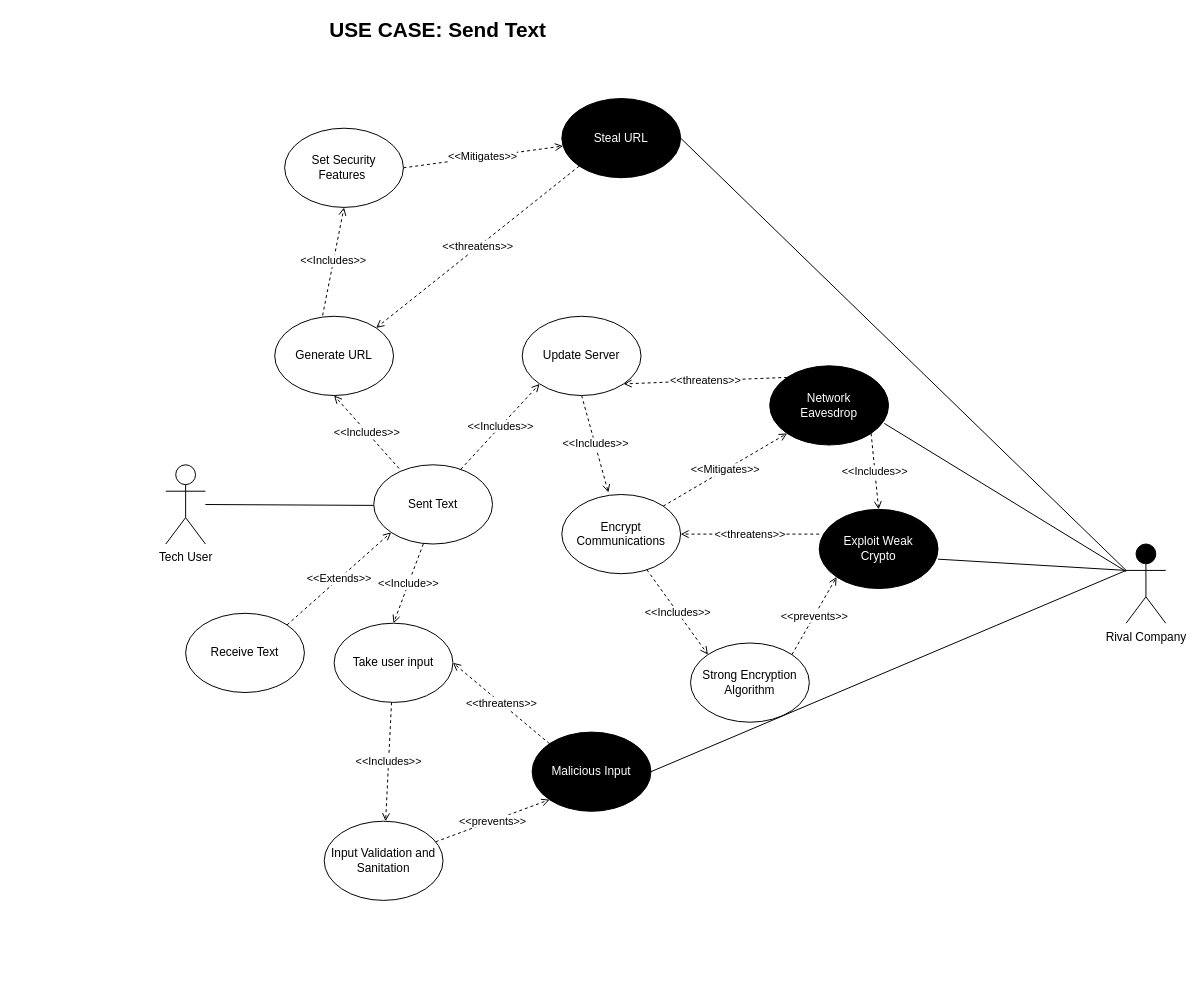
Earlier version of the draw.io diagram usecase/send_text/SendText_V2.drawio (DoctorEww/software-assurance). Source tidied: cells renumbered, new cells numbered last; positions are measured from the earlier drawing's top-left corner, leaving out a move shared by most shapes. Both pictures are drawn from the tidied source at 99%, with x=0, y=0 at pixel (17, 19).
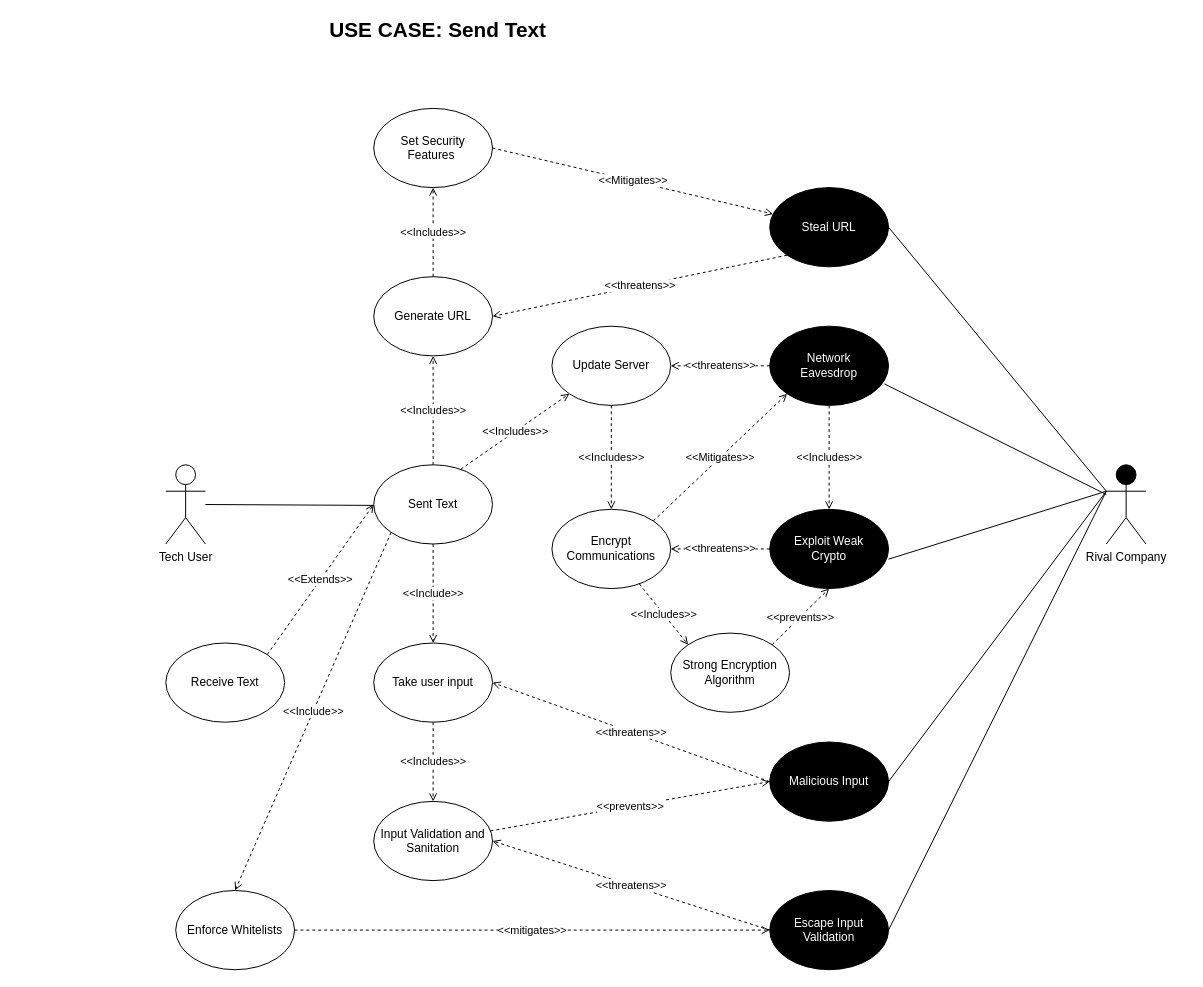
The same diagram, later.

Commit message (it also covers changes not shown here):
Cleanup and Adding Additional Misuse

Unchanged cells that the change refers to:
```xml
<mxCell id="3" value="Sent Text" style="ellipse;whiteSpace=wrap;html=1;" parent="1" vertex="1">
  <mxGeometry x="360" y="450" width="120" height="80" as="geometry" />
</mxCell>
```

Change to the diagram source:
```diff
@@
     <mxCell id="5" value="Generate URL" style="ellipse;whiteSpace=wrap;html=1;" parent="1" vertex="1">
-      <mxGeometry x="260" y="300" width="120" height="80" as="geometry" />
+      <mxGeometry x="360" y="260" width="120" height="80" as="geometry" />
     </mxCell>
     <mxCell id="6" value="Update Server" style="ellipse;whiteSpace=wrap;html=1;" parent="1" vertex="1">
-      <mxGeometry x="510" y="300" width="120" height="80" as="geometry" />
+      <mxGeometry x="540" y="310" width="120" height="80" as="geometry" />
     </mxCell>
@@
-    <mxCell id="9" value="&amp;lt;&amp;lt;Includes&amp;gt;&amp;gt;" style="rounded=1;jettySize=auto;html=1;dashed=1;strokeWidth=1;endFill=0;endArrow=open;entryX=0.5;entryY=1;entryDx=0;entryDy=0;exitX=0.213;exitY=0.046;exitDx=0;exitDy=0;exitPerimeter=0;" parent="1" edge="1" source="3" target="5">
+    <mxCell id="9" value="&amp;lt;&amp;lt;Includes&amp;gt;&amp;gt;" style="rounded=1;jettySize=auto;html=1;dashed=1;strokeWidth=1;endFill=0;endArrow=open;entryX=0.5;entryY=1;entryDx=0;entryDy=0;" parent="1" edge="1" source="3" target="5">
       <mxGeometry relative="1" as="geometry" />
     </mxCell>
     <mxCell id="10" value="Input Validation and Sanitation" style="ellipse;whiteSpace=wrap;html=1;" parent="1" vertex="1">
-      <mxGeometry x="310" y="810" width="120" height="80" as="geometry" />
+      <mxGeometry x="360" y="790" width="120" height="80" as="geometry" />
     </mxCell>
@@
     <mxCell id="12" value="Malicious Input" style="ellipse;whiteSpace=wrap;html=1;fillColor=#000000;fontColor=#FFFFFF;" parent="1" vertex="1">
-      <mxGeometry x="520" y="720" width="120" height="80" as="geometry" />
+      <mxGeometry x="760" y="730" width="120" height="80" as="geometry" />
     </mxCell>
-    <mxCell id="13" value="&amp;lt;&amp;lt;threatens&amp;gt;&amp;gt;" style="rounded=1;jettySize=auto;html=1;dashed=1;strokeWidth=1;endFill=0;endArrow=open;entryX=1;entryY=0.5;entryDx=0;entryDy=0;exitX=0;exitY=0;exitDx=0;exitDy=0;" parent="1" edge="1" source="12" target="15">
+    <mxCell id="13" value="&amp;lt;&amp;lt;threatens&amp;gt;&amp;gt;" style="rounded=1;jettySize=auto;html=1;dashed=1;strokeWidth=1;endFill=0;endArrow=open;entryX=1;entryY=0.5;entryDx=0;entryDy=0;exitX=0;exitY=0.5;exitDx=0;exitDy=0;" parent="1" edge="1" source="12" target="15">
       <mxGeometry relative="1" as="geometry" />
     </mxCell>
-    <mxCell id="14" value="&amp;lt;&amp;lt;prevents&amp;gt;&amp;gt;" style="rounded=1;jettySize=auto;html=1;dashed=1;strokeWidth=1;endFill=0;endArrow=open;entryX=0;entryY=1;entryDx=0;entryDy=0;" parent="1" edge="1" source="10" target="12">
+    <mxCell id="14" value="&amp;lt;&amp;lt;prevents&amp;gt;&amp;gt;" style="rounded=1;jettySize=auto;html=1;dashed=1;strokeWidth=1;endFill=0;endArrow=open;entryX=0;entryY=0.5;entryDx=0;entryDy=0;" parent="1" edge="1" source="10" target="12">
       <mxGeometry relative="1" as="geometry" />
     </mxCell>
     <mxCell id="15" value="Take user input" style="ellipse;whiteSpace=wrap;html=1;" parent="1" vertex="1">
-      <mxGeometry x="320" y="610" width="120" height="80" as="geometry" />
+      <mxGeometry x="360" y="630" width="120" height="80" as="geometry" />
     </mxCell>
-    <mxCell id="16" value="&amp;lt;&amp;lt;Include&amp;gt;&amp;gt;" style="rounded=1;jettySize=auto;html=1;dashed=1;strokeWidth=1;endFill=0;endArrow=open;exitX=0.417;exitY=1;exitDx=0;exitDy=0;exitPerimeter=0;entryX=0.5;entryY=0;entryDx=0;entryDy=0;" parent="1" edge="1" source="3" target="15">
+    <mxCell id="16" value="&amp;lt;&amp;lt;Include&amp;gt;&amp;gt;" style="rounded=1;jettySize=auto;html=1;dashed=1;strokeWidth=1;endFill=0;endArrow=open;entryX=0.5;entryY=0;entryDx=0;entryDy=0;exitX=0.5;exitY=1;exitDx=0;exitDy=0;" parent="1" edge="1" source="3" target="15">
       <mxGeometry relative="1" as="geometry" />
     </mxCell>
     <mxCell id="17" value="Network &lt;br&gt;Eavesdrop" style="ellipse;whiteSpace=wrap;html=1;fillColor=#000000;fontColor=#FFFFFF;" parent="1" vertex="1">
-      <mxGeometry x="760" y="350" width="120" height="80" as="geometry" />
+      <mxGeometry x="760" y="310" width="120" height="80" as="geometry" />
     </mxCell>
-    <mxCell id="18" value="&amp;lt;&amp;lt;threatens&amp;gt;&amp;gt;" style="rounded=1;jettySize=auto;html=1;dashed=1;strokeWidth=1;endFill=0;endArrow=open;entryX=1;entryY=1;entryDx=0;entryDy=0;exitX=0;exitY=0;exitDx=0;exitDy=0;" parent="1" edge="1" source="17" target="6">
+    <mxCell id="18" value="&amp;lt;&amp;lt;threatens&amp;gt;&amp;gt;" style="rounded=1;jettySize=auto;html=1;dashed=1;strokeWidth=1;endFill=0;endArrow=open;entryX=1;entryY=0.5;entryDx=0;entryDy=0;exitX=0;exitY=0.5;exitDx=0;exitDy=0;" parent="1" edge="1" source="17" target="6">
       <mxGeometry relative="1" as="geometry" />
     </mxCell>
     <mxCell id="19" value="Encrypt Communications" style="ellipse;whiteSpace=wrap;html=1;" parent="1" vertex="1">
-      <mxGeometry x="550" y="480" width="120" height="80" as="geometry" />
+      <mxGeometry x="540" y="495" width="120" height="80" as="geometry" />
     </mxCell>
-    <mxCell id="20" value="&amp;lt;&amp;lt;Includes&amp;gt;&amp;gt;" style="rounded=1;jettySize=auto;html=1;dashed=1;strokeWidth=1;endFill=0;endArrow=open;entryX=0.392;entryY=-0.025;entryDx=0;entryDy=0;exitX=0.5;exitY=1;exitDx=0;exitDy=0;entryPerimeter=0;" parent="1" edge="1" source="6" target="19">
+    <mxCell id="20" value="&amp;lt;&amp;lt;Includes&amp;gt;&amp;gt;" style="rounded=1;jettySize=auto;html=1;dashed=1;strokeWidth=1;endFill=0;endArrow=open;exitX=0.5;exitY=1;exitDx=0;exitDy=0;entryX=0.5;entryY=0;entryDx=0;entryDy=0;" parent="1" edge="1" source="6" target="19">
       <mxGeometry relative="1" as="geometry" />
     </mxCell>
@@
     <mxCell id="22" value="Strong Encryption Algorithm" style="ellipse;whiteSpace=wrap;html=1;" parent="1" vertex="1">
-      <mxGeometry x="680" y="630" width="120" height="80" as="geometry" />
+      <mxGeometry x="660" y="620" width="120" height="80" as="geometry" />
     </mxCell>
     <mxCell id="23" value="Exploit Weak &lt;br&gt;Crypto" style="ellipse;whiteSpace=wrap;html=1;fillColor=#000000;fontColor=#FFFFFF;" parent="1" vertex="1">
-      <mxGeometry x="810" y="495" width="120" height="80" as="geometry" />
+      <mxGeometry x="760" y="495" width="120" height="80" as="geometry" />
     </mxCell>
-    <mxCell id="24" value="&amp;lt;&amp;lt;Includes&amp;gt;&amp;gt;" style="rounded=1;jettySize=auto;html=1;dashed=1;strokeWidth=1;endFill=0;endArrow=open;entryX=0.5;entryY=0;entryDx=0;entryDy=0;exitX=1;exitY=1;exitDx=0;exitDy=0;" parent="1" edge="1" source="17" target="23">
+    <mxCell id="24" value="&amp;lt;&amp;lt;Includes&amp;gt;&amp;gt;" style="rounded=1;jettySize=auto;html=1;dashed=1;strokeWidth=1;endFill=0;endArrow=open;entryX=0.5;entryY=0;entryDx=0;entryDy=0;exitX=0.5;exitY=1;exitDx=0;exitDy=0;" parent="1" edge="1" source="17" target="23">
       <mxGeometry relative="1" as="geometry" />
     </mxCell>
-    <mxCell id="25" value="&amp;lt;&amp;lt;threatens&amp;gt;&amp;gt;" style="rounded=1;jettySize=auto;html=1;dashed=1;strokeWidth=1;endFill=0;endArrow=open;entryX=1;entryY=0.5;entryDx=0;entryDy=0;" parent="1" edge="1" target="19">
-      <mxGeometry relative="1" as="geometry">
-        <mxPoint x="810" y="520" as="sourcePoint" />
-      </mxGeometry>
+    <mxCell id="25" value="&amp;lt;&amp;lt;threatens&amp;gt;&amp;gt;" style="rounded=1;jettySize=auto;html=1;dashed=1;strokeWidth=1;endFill=0;endArrow=open;entryX=1;entryY=0.5;entryDx=0;entryDy=0;exitX=0;exitY=0.5;exitDx=0;exitDy=0;" parent="1" edge="1" source="23" target="19">
+      <mxGeometry relative="1" as="geometry" />
     </mxCell>
@@
-    <mxCell id="27" value="&amp;lt;&amp;lt;prevents&amp;gt;&amp;gt;" style="rounded=1;jettySize=auto;html=1;dashed=1;strokeWidth=1;endFill=0;endArrow=open;exitX=1;exitY=0;exitDx=0;exitDy=0;entryX=0;entryY=1;entryDx=0;entryDy=0;" parent="1" edge="1" source="22" target="23">
+    <mxCell id="27" value="&amp;lt;&amp;lt;prevents&amp;gt;&amp;gt;" style="rounded=1;jettySize=auto;html=1;dashed=1;strokeWidth=1;endFill=0;endArrow=open;exitX=1;exitY=0;exitDx=0;exitDy=0;entryX=0.5;entryY=1;entryDx=0;entryDy=0;" parent="1" edge="1" source="22" target="23">
       <mxGeometry relative="1" as="geometry" />
     </mxCell>
     <mxCell id="28" value="Rival Company" style="shape=umlActor;verticalLabelPosition=bottom;verticalAlign=top;html=1;outlineConnect=0;fontColor=#000000;fillColor=#000000;" parent="1" vertex="1">
-      <mxGeometry x="1120" y="530" width="40" height="80" as="geometry" />
+      <mxGeometry x="1100" y="450" width="40" height="80" as="geometry" />
     </mxCell>
@@
     <mxCell id="32" value="Steal URL" style="ellipse;whiteSpace=wrap;html=1;fillColor=#000000;fontColor=#FFFFFF;" parent="1" vertex="1">
-      <mxGeometry x="550" y="80" width="120" height="80" as="geometry" />
+      <mxGeometry x="760" y="170" width="120" height="80" as="geometry" />
     </mxCell>
@@
     <mxCell id="34" value="Set Security Features&amp;nbsp;" style="ellipse;whiteSpace=wrap;html=1;" parent="1" vertex="1">
-      <mxGeometry x="270" y="110" width="120" height="80" as="geometry" />
+      <mxGeometry x="360" y="90" width="120" height="80" as="geometry" />
     </mxCell>
-    <mxCell id="35" value="&amp;lt;&amp;lt;Includes&amp;gt;&amp;gt;" style="rounded=1;jettySize=auto;html=1;dashed=1;strokeWidth=1;endFill=0;endArrow=open;exitX=0.403;exitY=-0.011;exitDx=0;exitDy=0;exitPerimeter=0;" parent="1" edge="1" source="5">
-      <mxGeometry relative="1" as="geometry">
-        <mxPoint x="330" y="190" as="targetPoint" />
-      </mxGeometry>
+    <mxCell id="35" value="&amp;lt;&amp;lt;Includes&amp;gt;&amp;gt;" style="rounded=1;jettySize=auto;html=1;dashed=1;strokeWidth=1;endFill=0;endArrow=open;exitX=0.5;exitY=0;exitDx=0;exitDy=0;entryX=0.5;entryY=1;entryDx=0;entryDy=0;" parent="1" edge="1" source="5" target="34">
+      <mxGeometry relative="1" as="geometry" />
     </mxCell>
-    <mxCell id="36" value="&amp;lt;&amp;lt;threatens&amp;gt;&amp;gt;" style="rounded=1;jettySize=auto;html=1;dashed=1;strokeWidth=1;endFill=0;endArrow=open;entryX=1;entryY=0;entryDx=0;entryDy=0;exitX=0;exitY=1;exitDx=0;exitDy=0;" parent="1" edge="1" source="32" target="5">
+    <mxCell id="36" value="&amp;lt;&amp;lt;threatens&amp;gt;&amp;gt;" style="rounded=1;jettySize=auto;html=1;dashed=1;strokeWidth=1;endFill=0;endArrow=open;entryX=1;entryY=0.5;entryDx=0;entryDy=0;exitX=0;exitY=1;exitDx=0;exitDy=0;" parent="1" edge="1" source="32" target="5">
       <mxGeometry relative="1" as="geometry" />
     </mxCell>
@@
     <mxCell id="38" value="Receive Text" style="ellipse;whiteSpace=wrap;html=1;" parent="1" vertex="1">
-      <mxGeometry x="170" y="600" width="120" height="80" as="geometry" />
+      <mxGeometry x="150" y="630" width="120" height="80" as="geometry" />
     </mxCell>
-    <mxCell id="39" value="&amp;lt;&amp;lt;Extends&amp;gt;&amp;gt;" style="rounded=1;jettySize=auto;html=1;dashed=1;strokeWidth=1;endFill=0;endArrow=open;exitX=1;exitY=0;exitDx=0;exitDy=0;entryX=0;entryY=1;entryDx=0;entryDy=0;" parent="1" edge="1" source="38" target="3">
-      <mxGeometry relative="1" as="geometry" />
+    <mxCell id="39" value="&amp;lt;&amp;lt;Extends&amp;gt;&amp;gt;" style="rounded=1;jettySize=auto;html=1;dashed=1;strokeWidth=1;endFill=0;endArrow=open;exitX=1;exitY=0;exitDx=0;exitDy=0;" parent="1" edge="1" source="38">
+      <mxGeometry relative="1" as="geometry">
+        <mxPoint x="360" y="490" as="targetPoint" />
+      </mxGeometry>
     </mxCell>
+    <mxCell id="40" value="Escape Input Validation" style="ellipse;whiteSpace=wrap;html=1;fillColor=#000000;fontColor=#FFFFFF;" parent="1" vertex="1">
+      <mxGeometry x="760" y="880" width="120" height="80" as="geometry" />
+    </mxCell>
+    <mxCell id="41" value="&amp;lt;&amp;lt;threatens&amp;gt;&amp;gt;" style="rounded=1;jettySize=auto;html=1;dashed=1;strokeWidth=1;endFill=0;endArrow=open;exitX=0;exitY=0.5;exitDx=0;exitDy=0;entryX=1;entryY=0.5;entryDx=0;entryDy=0;" parent="1" edge="1" source="40" target="10">
+      <mxGeometry relative="1" as="geometry" />
+    </mxCell>
+    <mxCell id="42" style="endArrow=none;html=1;exitX=0;exitY=0.3333333333333333;exitDx=0;exitDy=0;exitPerimeter=0;entryX=1;entryY=0.5;entryDx=0;entryDy=0;" parent="1" edge="1" source="28" target="40">
+      <mxGeometry relative="1" as="geometry" />
+    </mxCell>
+    <mxCell id="43" value="Enforce Whitelists" style="ellipse;whiteSpace=wrap;html=1;" parent="1" vertex="1">
+      <mxGeometry x="160" y="880" width="120" height="80" as="geometry" />
+    </mxCell>
+    <mxCell id="44" value="&amp;lt;&amp;lt;mitigates&amp;gt;&amp;gt;" style="rounded=1;jettySize=auto;html=1;dashed=1;strokeWidth=1;endFill=0;endArrow=open;entryX=0;entryY=0.5;entryDx=0;entryDy=0;exitX=1;exitY=0.5;exitDx=0;exitDy=0;" parent="1" edge="1" source="43" target="40">
+      <mxGeometry relative="1" as="geometry" />
+    </mxCell>
+    <mxCell id="45" value="&amp;lt;&amp;lt;Include&amp;gt;&amp;gt;" style="rounded=1;jettySize=auto;html=1;dashed=1;strokeWidth=1;endFill=0;endArrow=open;entryX=0.5;entryY=0;entryDx=0;entryDy=0;exitX=0;exitY=1;exitDx=0;exitDy=0;" parent="1" edge="1" source="3" target="43">
+      <mxGeometry relative="1" as="geometry" />
+    </mxCell>
```
